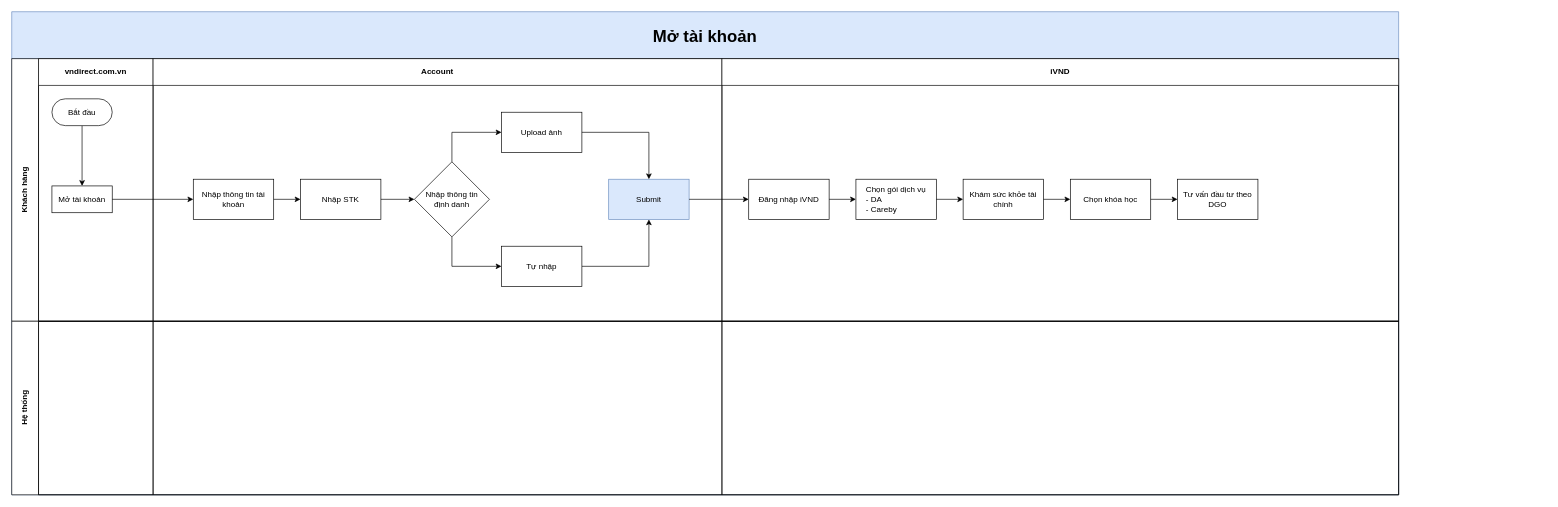
samhp-cloud/star keeps this draw.io diagram as Untitled Diagram.drawio. Above is the earlier version. Source tidied: cells renumbered, new cells numbered last; positions are measured from the earlier drawing's top-left corner, leaving out a move shared by most shapes. Both pictures are drawn from the tidied source at 67%, with x=0, y=0 at pixel (11, 11).
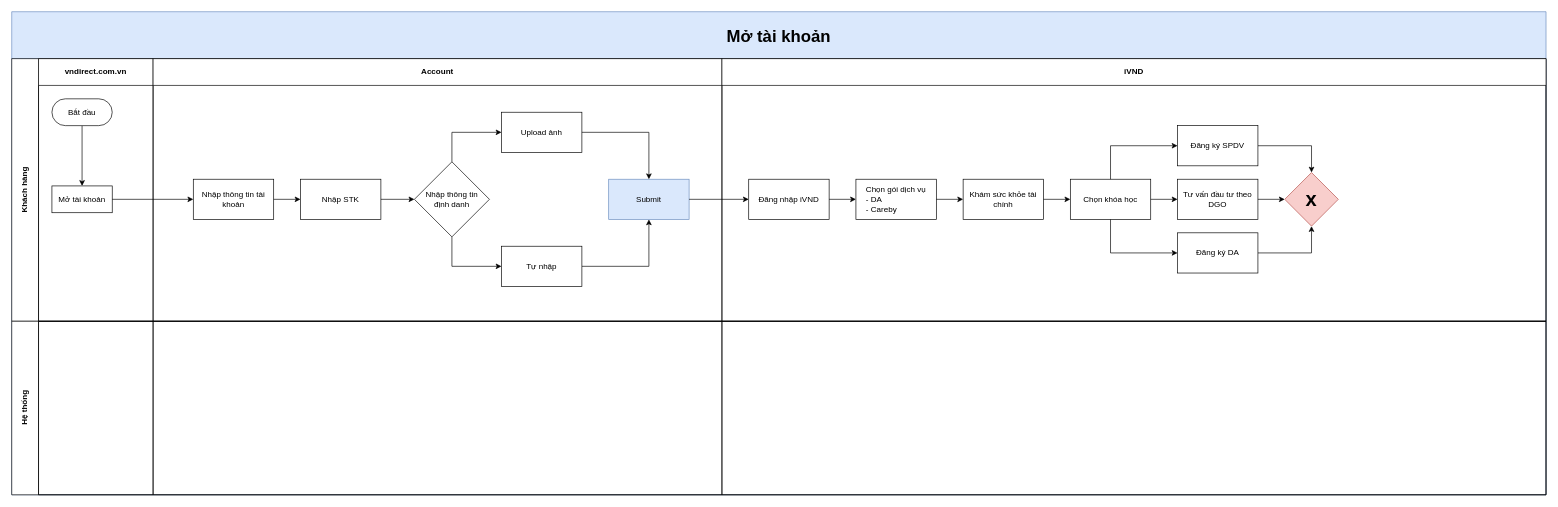
After the change.

Unchanged cells that the change refers to:
```xml
<mxCell id="27" value="Chọn khóa học" style="whiteSpace=wrap;html=1;rounded=0;" parent="21" vertex="1">
  <mxGeometry x="520" y="180" width="120" height="60" as="geometry" />
</mxCell>
<mxCell id="29" value="Tư vấn đầu tư theo DGO" style="whiteSpace=wrap;html=1;rounded=0;" parent="21" vertex="1">
  <mxGeometry x="680" y="180" width="120" height="60" as="geometry" />
</mxCell>
```

Diff of the diagram source:
```diff
@@
     <mxCell id="2" value="&lt;font style=&quot;font-size: 25px&quot;&gt;Mở tài khoản&lt;/font&gt;" style="shape=table;childLayout=tableLayout;rowLines=0;columnLines=0;startSize=70;html=1;whiteSpace=wrap;fontStyle=1;fillColor=#dae8fc;strokeColor=#6c8ebf;" parent="1" vertex="1">
-      <mxGeometry width="2070" height="721" as="geometry" />
+      <mxGeometry width="2290" height="721" as="geometry" />
     </mxCell>
     <mxCell id="3" value="Khách hàng" style="swimlane;horizontal=0;startSize=40;html=1;whiteSpace=wrap;" parent="2" vertex="1">
-      <mxGeometry y="70" width="2070" height="392" as="geometry" />
+      <mxGeometry y="70" width="2290" height="392" as="geometry" />
     </mxCell>
@@
     <mxCell id="21" value="iVND" style="swimlane;startSize=40;html=1;whiteSpace=wrap;" parent="3" vertex="1">
-      <mxGeometry x="1060" width="1010" height="392" as="geometry" />
+      <mxGeometry x="1060" width="1230" height="392" as="geometry" />
     </mxCell>
@@
+    <mxCell id="38" style="edgeStyle=orthogonalEdgeStyle;rounded=0;jettySize=auto;html=1;exitX=1;exitY=0.5;exitDx=0;exitDy=0;" parent="21" edge="1" source="39" target="44">
+      <mxGeometry relative="1" as="geometry" />
+    </mxCell>
+    <mxCell id="39" value="Đăng ký SPDV" style="whiteSpace=wrap;html=1;rounded=0;" parent="21" vertex="1">
+      <mxGeometry x="680" y="100" width="120" height="60" as="geometry" />
+    </mxCell>
+    <mxCell id="40" style="edgeStyle=orthogonalEdgeStyle;rounded=0;jettySize=auto;html=1;entryX=0;entryY=0.5;entryDx=0;entryDy=0;exitX=0.5;exitY=0;exitDx=0;exitDy=0;" parent="21" edge="1" source="27" target="39">
+      <mxGeometry relative="1" as="geometry" />
+    </mxCell>
+    <mxCell id="41" style="edgeStyle=orthogonalEdgeStyle;rounded=0;jettySize=auto;html=1;exitX=1;exitY=0.5;exitDx=0;exitDy=0;entryX=0.5;entryY=1;entryDx=0;entryDy=0;" parent="21" edge="1" source="42" target="44">
+      <mxGeometry relative="1" as="geometry" />
+    </mxCell>
+    <mxCell id="42" value="Đăng ký DA" style="whiteSpace=wrap;html=1;rounded=0;" parent="21" vertex="1">
+      <mxGeometry x="680" y="260" width="120" height="60" as="geometry" />
+    </mxCell>
+    <mxCell id="43" style="edgeStyle=orthogonalEdgeStyle;rounded=0;jettySize=auto;html=1;exitX=0.5;exitY=1;exitDx=0;exitDy=0;entryX=0;entryY=0.5;entryDx=0;entryDy=0;" parent="21" edge="1" source="27" target="42">
+      <mxGeometry relative="1" as="geometry" />
+    </mxCell>
+    <mxCell id="44" value="&lt;b&gt;&lt;font style=&quot;font-size: 30px&quot;&gt;x&lt;/font&gt;&lt;/b&gt;" style="rhombus;whiteSpace=wrap;html=1;rounded=0;fillColor=#f8cecc;strokeColor=#b85450;" parent="21" vertex="1">
+      <mxGeometry x="840" y="170" width="80" height="80" as="geometry" />
+    </mxCell>
+    <mxCell id="45" style="edgeStyle=orthogonalEdgeStyle;rounded=0;jettySize=auto;html=1;" parent="21" edge="1" source="29" target="44">
+      <mxGeometry relative="1" as="geometry" />
+    </mxCell>
@@
     <mxCell id="33" value="Hệ thống" style="swimlane;horizontal=0;startSize=40;html=1;whiteSpace=wrap;" parent="2" vertex="1">
-      <mxGeometry y="462" width="2070" height="259" as="geometry" />
+      <mxGeometry y="462" width="2290" height="259" as="geometry" />
     </mxCell>
@@
     <mxCell id="37" style="swimlane;startSize=0;html=1;whiteSpace=wrap;swimlaneLine=1;" parent="33" vertex="1">
-      <mxGeometry x="1060" width="1010" height="259" as="geometry" />
+      <mxGeometry x="1060" width="1230" height="259" as="geometry" />
     </mxCell>
```
